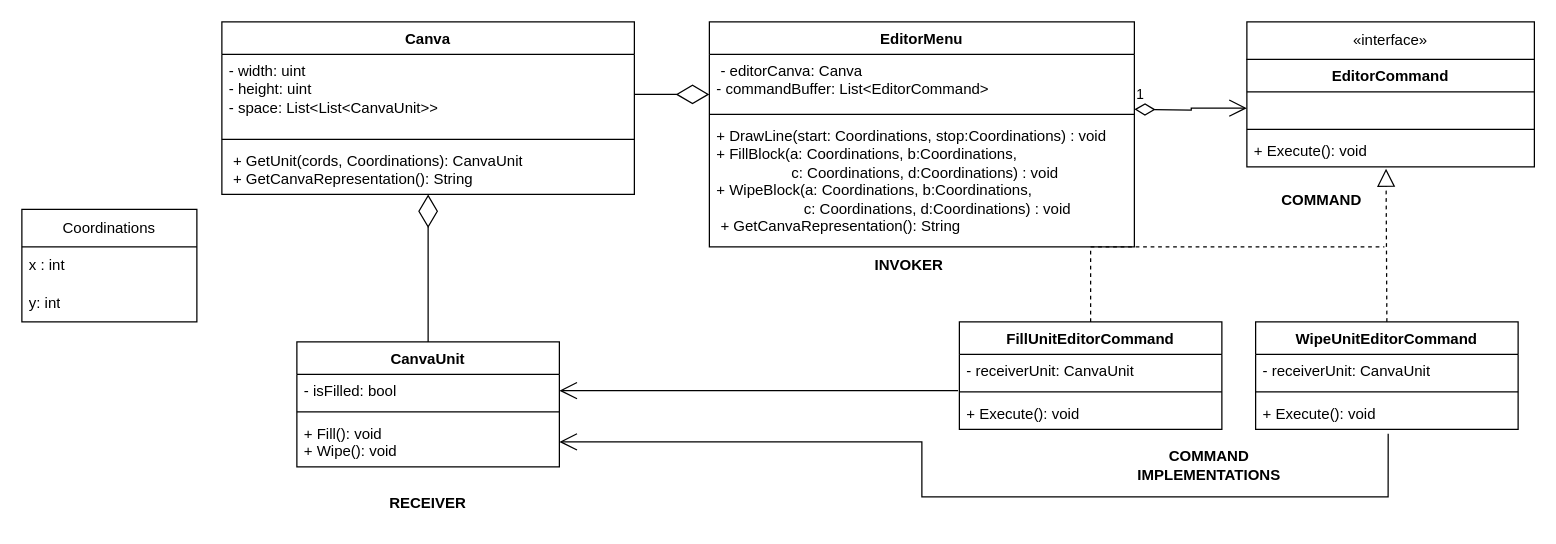
Earlier version of the draw.io diagram command/Diagrams/graphic_editor_uml.drawio (Pawlicho/design_patterns_demo). Source tidied: cells renumbered, new cells numbered last; positions are measured from the earlier drawing's top-left corner, leaving out a move shared by most shapes. Both pictures are drawn from the tidied source at 125%, with x=0, y=0 at pixel (21, 21).
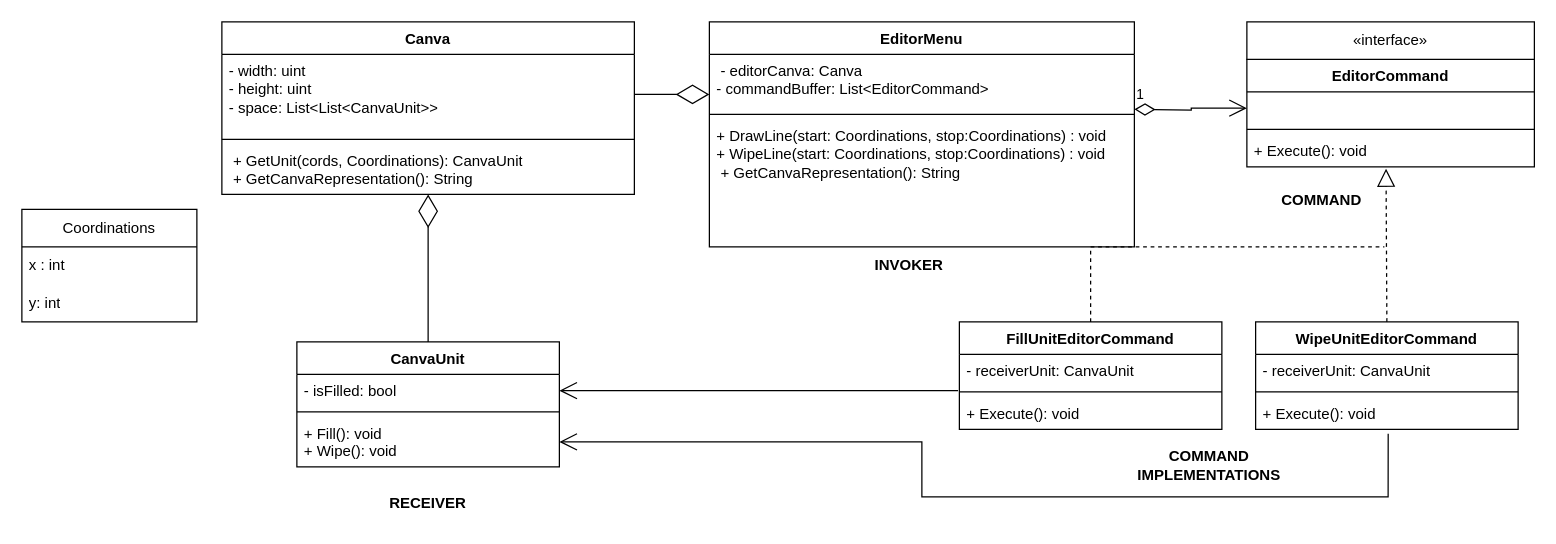
The same page after the edit.

The change refers to these unchanged cells:
```xml
<mxCell id="15" value="EditorMenu" style="swimlane;fontStyle=1;align=center;verticalAlign=top;horizontal=1;startSize=26;whiteSpace=wrap;html=1;" parent="1" vertex="1">
  <mxGeometry x="550" width="340" height="180" as="geometry" />
</mxCell>
```

Diff of the diagram source:
```diff
@@
-    <mxCell id="18" value="+ DrawLine(start: Coordinations, stop:Coordinations) : void&lt;br&gt;+ FillBlock(a: Coordinations, b:Coordinations,&lt;br&gt;&amp;nbsp; &amp;nbsp; &amp;nbsp; &amp;nbsp; &amp;nbsp; &amp;nbsp; &amp;nbsp; &amp;nbsp; &amp;nbsp; c: Coordinations, d:Coordinations) : void&lt;br&gt;+ WipeBlock(a: Coordinations, b:Coordinations,&lt;br style=&quot;border-color: var(--border-color);&quot;&gt;&amp;nbsp; &amp;nbsp; &amp;nbsp; &amp;nbsp; &amp;nbsp; &amp;nbsp; &amp;nbsp; &amp;nbsp; &amp;nbsp; &amp;nbsp; &amp;nbsp;c: Coordinations, d:Coordinations) : void&lt;br&gt;&amp;nbsp;+ GetCanvaRepresentation(): String" style="text;strokeColor=none;fillColor=none;align=left;verticalAlign=top;spacingLeft=4;spacingRight=4;overflow=hidden;whiteSpace=wrap;html=1;" parent="15" vertex="1">
+    <mxCell id="18" value="+ DrawLine(start: Coordinations, stop:Coordinations) : void&lt;br&gt;+ WipeLine(start: Coordinations, stop:Coordinations) : void&amp;nbsp;&lt;br&gt;&amp;nbsp;+ GetCanvaRepresentation(): String" style="text;strokeColor=none;fillColor=none;align=left;verticalAlign=top;spacingLeft=4;spacingRight=4;overflow=hidden;whiteSpace=wrap;html=1;" parent="15" vertex="1">
       <mxGeometry y="78" width="340" height="102" as="geometry" />
     </mxCell>
```
